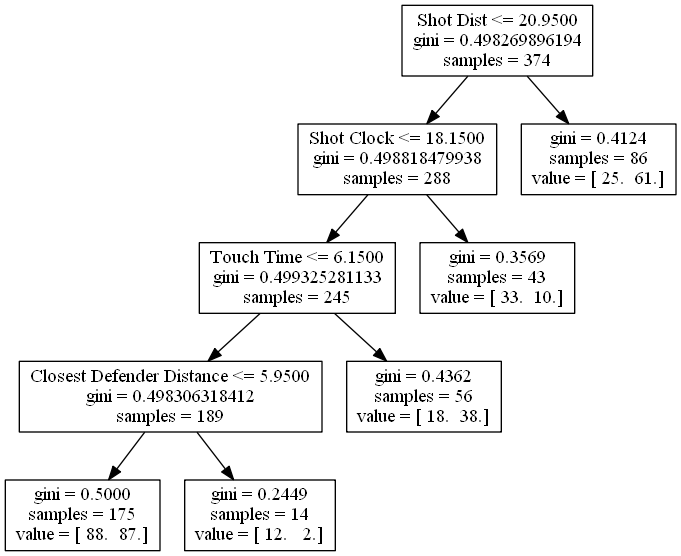
This is monta_ellis.png from bveber/Analyze_NBA, a Graphviz export, as it was before one commit. Its source is kept beside it as monta_ellis.dot. Its diagram source:
```dot
digraph Tree {
0 [label="Shot Dist <= 20.9500\ngini = 0.498269896194\nsamples = 374", shape="box"] ;
1 [label="Shot Clock <= 18.1500\ngini = 0.498818479938\nsamples = 288", shape="box"] ;
0 -> 1 ;
2 [label="Touch Time <= 6.1500\ngini = 0.499325281133\nsamples = 245", shape="box"] ;
1 -> 2 ;
3 [label="Closest Defender Distance <= 5.9500\ngini = 0.498306318412\nsamples = 189", shape="box"] ;
2 -> 3 ;
4 [label="gini = 0.5000\nsamples = 175\nvalue = [ 88.  87.]", shape="box"] ;
3 -> 4 ;
5 [label="gini = 0.2449\nsamples = 14\nvalue = [ 12.   2.]", shape="box"] ;
3 -> 5 ;
6 [label="gini = 0.4362\nsamples = 56\nvalue = [ 18.  38.]", shape="box"] ;
2 -> 6 ;
7 [label="gini = 0.3569\nsamples = 43\nvalue = [ 33.  10.]", shape="box"] ;
1 -> 7 ;
8 [label="gini = 0.4124\nsamples = 86\nvalue = [ 25.  61.]", shape="box"] ;
0 -> 8 ;
}
```
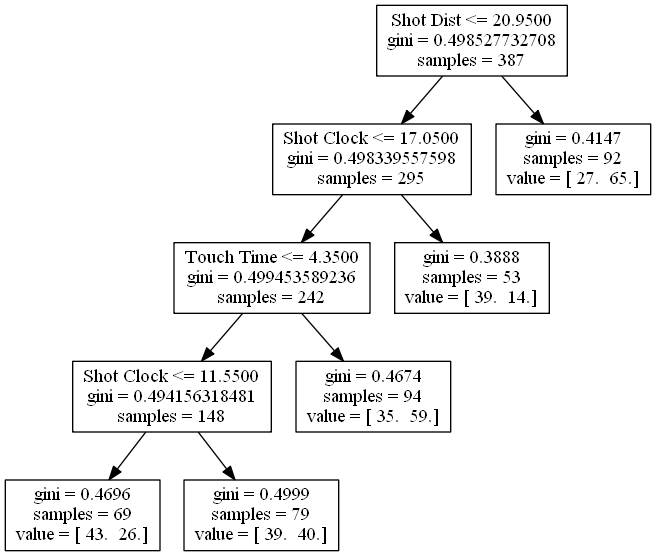
The same file after the commit.

Change to the diagram source:
```diff
@@ -1,19 +1,19 @@
 digraph Tree {
-0 [label="Shot Dist <= 20.9500\ngini = 0.498269896194\nsamples = 374", shape="box"] ;
-1 [label="Shot Clock <= 18.1500\ngini = 0.498818479938\nsamples = 288", shape="box"] ;
+0 [label="Shot Dist <= 20.9500\ngini = 0.498527732708\nsamples = 387", shape="box"] ;
+1 [label="Shot Clock <= 17.0500\ngini = 0.498339557598\nsamples = 295", shape="box"] ;
 0 -> 1 ;
-2 [label="Touch Time <= 6.1500\ngini = 0.499325281133\nsamples = 245", shape="box"] ;
+2 [label="Touch Time <= 4.3500\ngini = 0.499453589236\nsamples = 242", shape="box"] ;
 1 -> 2 ;
-3 [label="Closest Defender Distance <= 5.9500\ngini = 0.498306318412\nsamples = 189", shape="box"] ;
+3 [label="Shot Clock <= 11.5500\ngini = 0.494156318481\nsamples = 148", shape="box"] ;
 2 -> 3 ;
-4 [label="gini = 0.5000\nsamples = 175\nvalue = [ 88.  87.]", shape="box"] ;
+4 [label="gini = 0.4696\nsamples = 69\nvalue = [ 43.  26.]", shape="box"] ;
 3 -> 4 ;
-5 [label="gini = 0.2449\nsamples = 14\nvalue = [ 12.   2.]", shape="box"] ;
+5 [label="gini = 0.4999\nsamples = 79\nvalue = [ 39.  40.]", shape="box"] ;
 3 -> 5 ;
-6 [label="gini = 0.4362\nsamples = 56\nvalue = [ 18.  38.]", shape="box"] ;
+6 [label="gini = 0.4674\nsamples = 94\nvalue = [ 35.  59.]", shape="box"] ;
 2 -> 6 ;
-7 [label="gini = 0.3569\nsamples = 43\nvalue = [ 33.  10.]", shape="box"] ;
+7 [label="gini = 0.3888\nsamples = 53\nvalue = [ 39.  14.]", shape="box"] ;
 1 -> 7 ;
-8 [label="gini = 0.4124\nsamples = 86\nvalue = [ 25.  61.]", shape="box"] ;
+8 [label="gini = 0.4147\nsamples = 92\nvalue = [ 27.  65.]", shape="box"] ;
 0 -> 8 ;
 }
```
